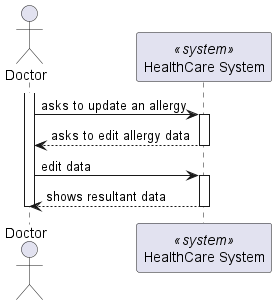
Earlier version of the PlantUML export docs/sprintC/EditMedicalRecord/views/level1/process-view.png (Lapr5G21/sem5pi-24-25-3ddg21). Its diagram source:
```plantuml
@startuml

actor Doctor as "Doctor"
participant SYS as "HealthCare System" <<system>>

activate Doctor

    Doctor -> SYS : asks to update an allergy

    activate SYS

        SYS --> Doctor : asks to edit allergy data

    deactivate SYS

    Doctor -> SYS : edit data

    activate SYS
        SYS --> Doctor: shows resultant data

    deactivate SYS

deactivate Doctor


@enduml
```
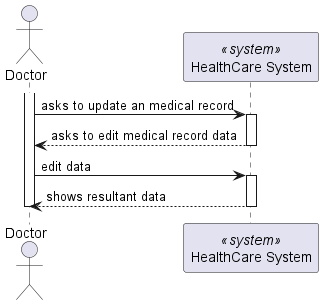
The same diagram one commit later.

Diff of the diagram source:
```diff
@@ -5,11 +5,11 @@
 
 activate Doctor
 
-    Doctor -> SYS : asks to update an allergy
+    Doctor -> SYS : asks to update an medical record
 
     activate SYS
 
-        SYS --> Doctor : asks to edit allergy data
+        SYS --> Doctor : asks to edit medical record data
 
     deactivate SYS
 
```
